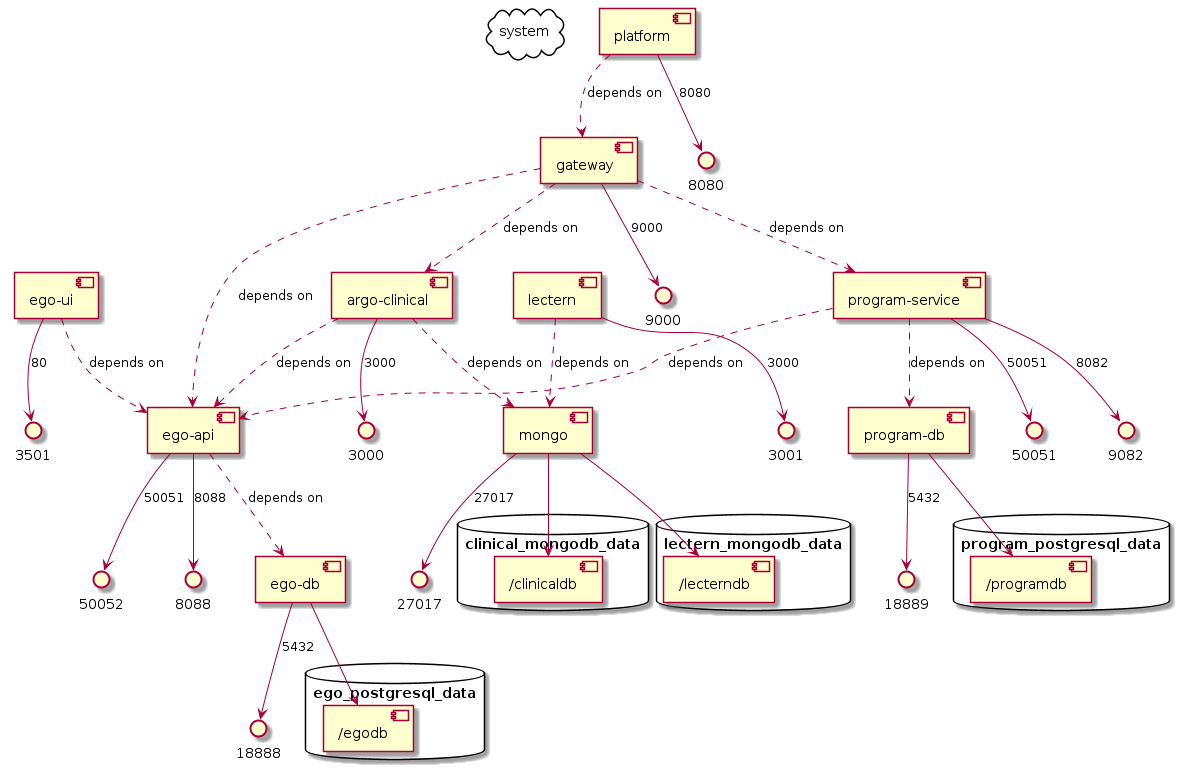
icgc-argo/platform-ui keeps this PlantUML diagram as compose/assets/full.png. Above is the earlier version. Its diagram source:
```plantuml
@startuml
skinparam componentStyle uml2
[argo-clinical]
[ego-api]
[ego-db]
[ego-ui]
[gateway]
[lectern]
[mongo]
[platform]
[program-db]
[program-service]
[argo-clinical] ..> [ego-api] : depends on
[argo-clinical] ..> [mongo] : depends on
[ego-api] ..> [ego-db] : depends on
[ego-ui] ..> [ego-api] : depends on
[gateway] ..> [argo-clinical] : depends on
[gateway] ..> [ego-api] : depends on
[gateway] ..> [program-service] : depends on
[lectern] ..> [mongo] : depends on
[platform] ..> [gateway] : depends on
[program-service] ..> [ego-api] : depends on
[program-service] ..> [program-db] : depends on
skinparam componentStyle uml2
cloud system {
  [argo-clinical]
  [ego-api]
  [ego-db]
  [ego-ui]
  [gateway]
  [lectern]
  [mongo]
  [platform]
  [program-db]
  [program-service]
}
database clinical_mongodb_data {
  [/clinicaldb] as volume_1
}
database ego_postgresql_data {
  [/egodb] as volume_2
}
database lectern_mongodb_data {
  [/lecterndb] as volume_3
}
database program_postgresql_data {
  [/programdb] as volume_4
}
[argo-clinical] --> 3000 : 3000
[ego-api] --> 50052 : 50051
[ego-api] --> 8088 : 8088
[ego-db] --> 18888 : 5432
[ego-ui] --> 3501 : 80
[gateway] --> 9000 : 9000
[lectern] --> 3001 : 3000
[mongo] --> 27017 : 27017
[platform] --> 8080 : 8080
[program-db] --> 18889 : 5432
[program-service] --> 50051 : 50051
[program-service] --> 9082 : 8082
[mongo] --> volume_1
[ego-db] --> volume_2
[mongo] --> volume_3
[program-db] --> volume_4

@enduml
```
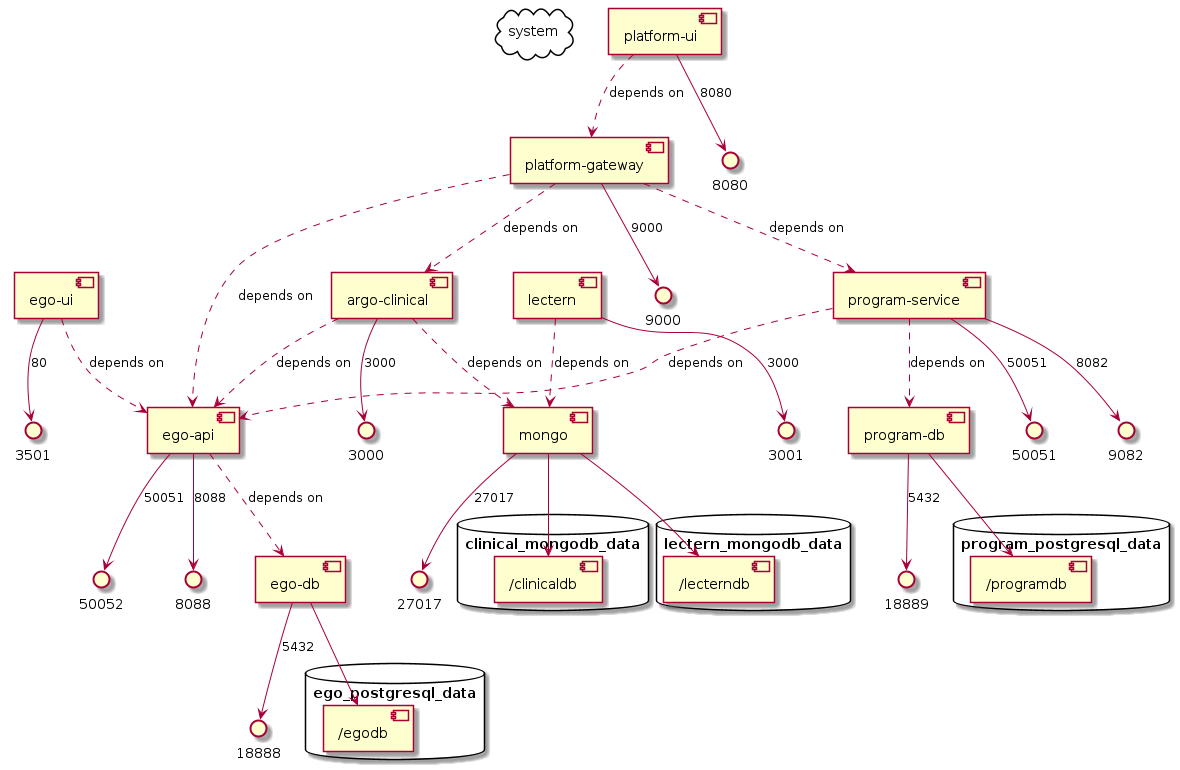
Above is the later version.

Commit message:
🐳 updates docker-compose service name

Diff of the diagram source:
```diff
@@ -4,21 +4,21 @@
 [ego-api]
 [ego-db]
 [ego-ui]
-[gateway]
 [lectern]
 [mongo]
-[platform]
+[platform-gateway]
+[platform-ui]
 [program-db]
 [program-service]
 [argo-clinical] ..> [ego-api] : depends on
 [argo-clinical] ..> [mongo] : depends on
 [ego-api] ..> [ego-db] : depends on
 [ego-ui] ..> [ego-api] : depends on
-[gateway] ..> [argo-clinical] : depends on
-[gateway] ..> [ego-api] : depends on
-[gateway] ..> [program-service] : depends on
 [lectern] ..> [mongo] : depends on
-[platform] ..> [gateway] : depends on
+[platform-gateway] ..> [argo-clinical] : depends on
+[platform-gateway] ..> [ego-api] : depends on
+[platform-gateway] ..> [program-service] : depends on
+[platform-ui] ..> [platform-gateway] : depends on
 [program-service] ..> [ego-api] : depends on
 [program-service] ..> [program-db] : depends on
 skinparam componentStyle uml2
@@ -27,10 +27,10 @@
   [ego-api]
   [ego-db]
   [ego-ui]
-  [gateway]
   [lectern]
   [mongo]
-  [platform]
+  [platform-gateway]
+  [platform-ui]
   [program-db]
   [program-service]
 }
@@ -51,10 +51,10 @@
 [ego-api] --> 8088 : 8088
 [ego-db] --> 18888 : 5432
 [ego-ui] --> 3501 : 80
-[gateway] --> 9000 : 9000
 [lectern] --> 3001 : 3000
 [mongo] --> 27017 : 27017
-[platform] --> 8080 : 8080
+[platform-gateway] --> 9000 : 9000
+[platform-ui] --> 8080 : 8080
 [program-db] --> 18889 : 5432
 [program-service] --> 50051 : 50051
 [program-service] --> 9082 : 8082
```
